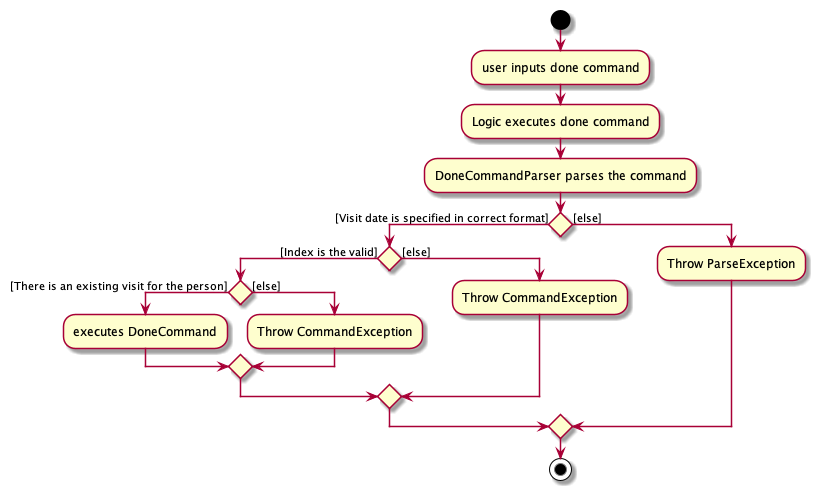
Earlier version of the PlantUML export docs/images/DoneCommandActivityDiagram.png (nus-cs2103-AY2122S1/tp). The source it was exported from:
```plantuml
@startuml
start
:user inputs done command;
:Logic executes done command;
:DoneCommandParser parses the command;

if () then ([Visit date is specified in correct format])
    if () then ([Index is the valid])
        if () then ([There is an existing visit for the person])
            :executes DoneCommand;
        else ([else])
            :Throw CommandException;
        endif

    else ([else])
        :Throw CommandException;
    endif

else ([else])
    :Throw ParseException;

endif
stop

@enduml
```
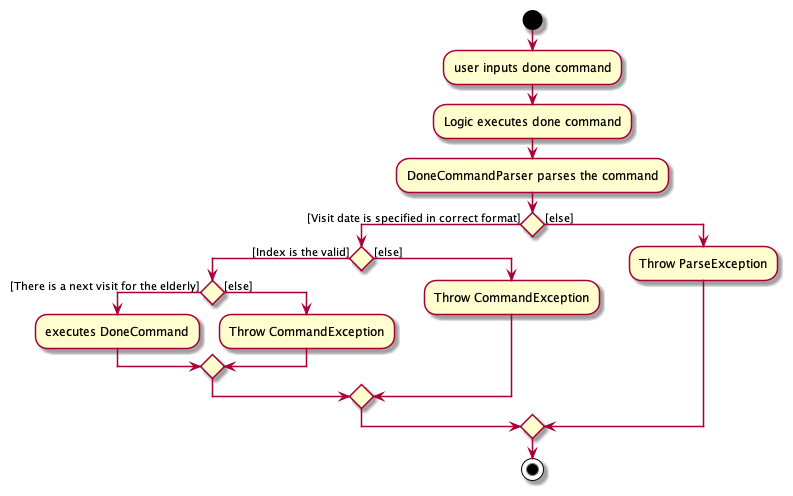
The same file after the commit.

Change to the diagram source:
```diff
@@ -6,7 +6,7 @@
 
 if () then ([Visit date is specified in correct format])
     if () then ([Index is the valid])
-        if () then ([There is an existing visit for the person])
+        if () then ([There is a next visit for the elderly])
             :executes DoneCommand;
         else ([else])
             :Throw CommandException;
```
